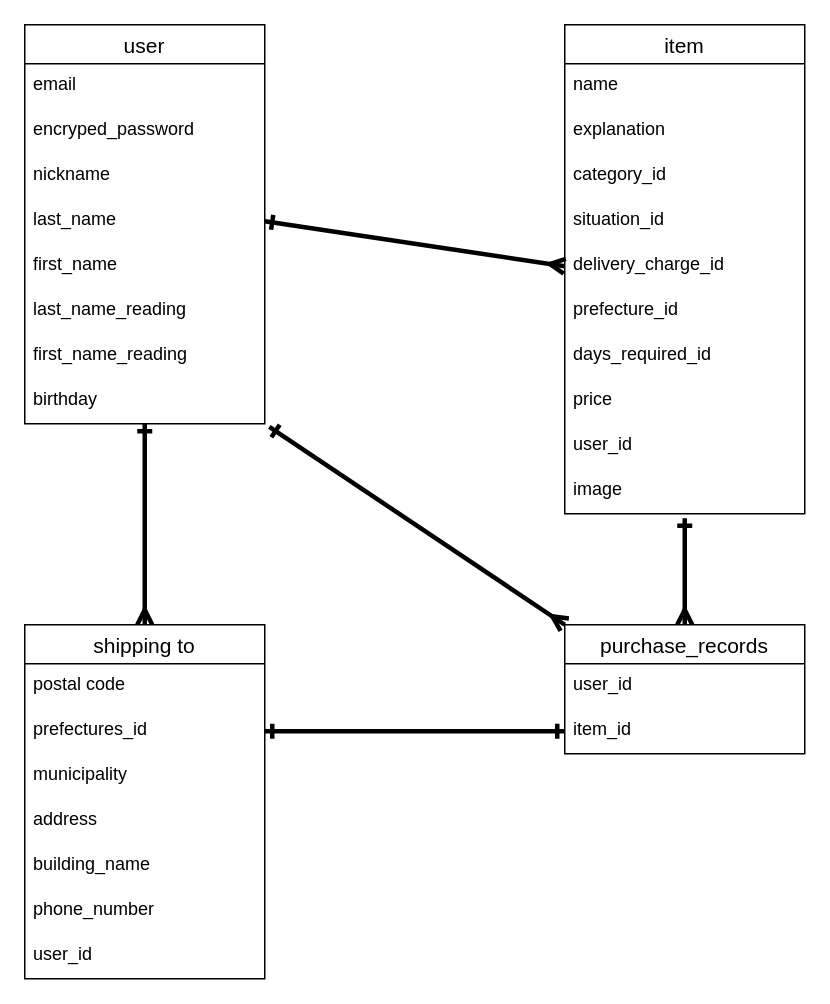
toip11/furima-38137 keeps this draw.io diagram as ER.dio. Above is the earlier version. Source tidied: cells renumbered, new cells numbered last; positions are measured from the earlier drawing's top-left corner, leaving out a move shared by most shapes. Both pictures are drawn from the tidied source at 150%, with x=0, y=0 at pixel (24, 24).
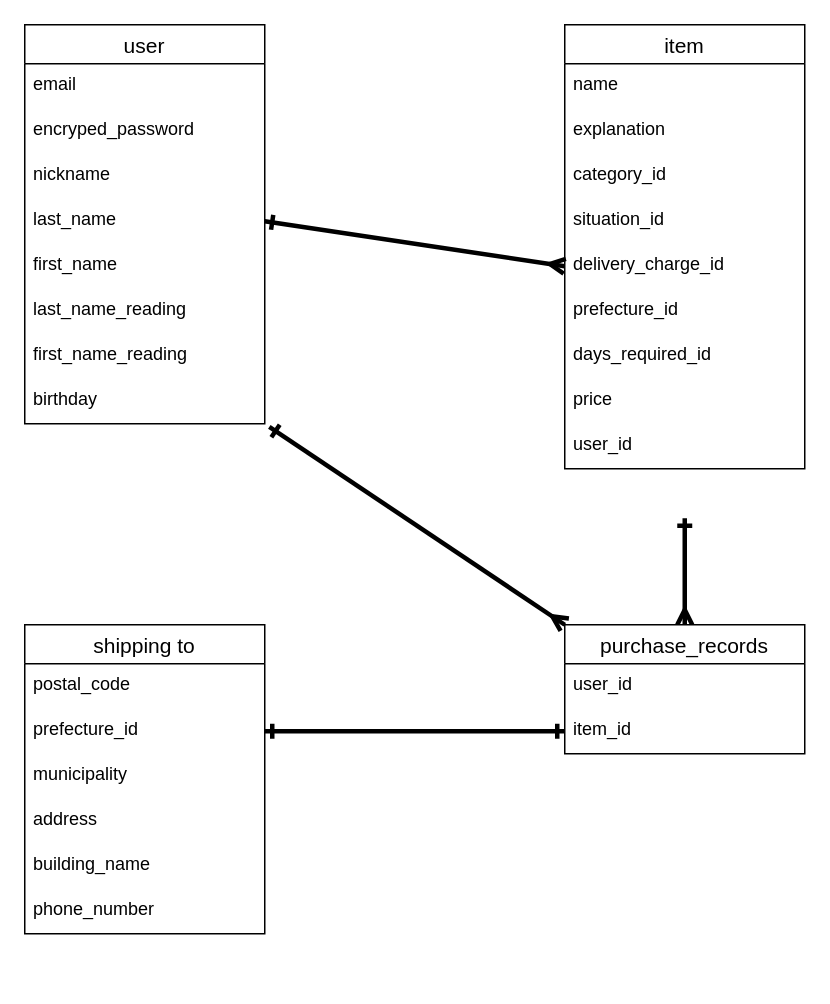
The same page after the edit.

Commit message (it also covers changes not shown here):
データベース設計(修正３)

Unchanged cells that the change refers to:
```xml
<mxCell id="10" value="birthday" style="text;strokeColor=none;fillColor=none;spacingLeft=4;spacingRight=4;overflow=hidden;points=[[0,0.5],[1,0.5]];portConstraint=eastwest;fontSize=12;" parent="2" vertex="1">
  <mxGeometry y="236" width="160" height="30" as="geometry" />
</mxCell>
<mxCell id="33" value="purchase_records" style="swimlane;fontStyle=0;horizontal=1;startSize=26;align=center;fontSize=14;" parent="1" vertex="1">
  <mxGeometry x="360" y="400" width="160" height="86" as="geometry" />
</mxCell>
```

Change to the diagram source:
```diff
@@
     <mxCell id="11" value="item" style="swimlane;fontStyle=0;horizontal=1;startSize=26;align=center;fontSize=14;" parent="1" vertex="1">
-      <mxGeometry x="360" width="160" height="326" as="geometry" />
+      <mxGeometry x="360" width="160" height="296" as="geometry" />
     </mxCell>
@@
-    <mxCell id="21" value="image" style="text;strokeColor=none;fillColor=none;spacingLeft=4;spacingRight=4;overflow=hidden;points=[[0,0.5],[1,0.5]];portConstraint=eastwest;fontSize=12;" parent="11" vertex="1">
-      <mxGeometry y="296" width="160" height="30" as="geometry" />
-    </mxCell>
-    <mxCell id="22" style="edgeStyle=none;jumpSize=6;html=1;startArrow=ERmany;startFill=0;endArrow=ERone;endFill=0;sourcePerimeterSpacing=0;targetPerimeterSpacing=0;strokeWidth=3;" parent="1" edge="1" source="23" target="10">
-      <mxGeometry relative="1" as="geometry">
-        <Array as="points">
-          <mxPoint x="80" y="360" />
-        </Array>
-      </mxGeometry>
-    </mxCell>
     <mxCell id="23" value="shipping to" style="swimlane;fontStyle=0;horizontal=1;startSize=26;align=center;fontSize=14;" parent="1" vertex="1">
-      <mxGeometry y="400" width="160" height="236" as="geometry" />
+      <mxGeometry y="400" width="160" height="206" as="geometry" />
     </mxCell>
-    <mxCell id="24" value="postal code" style="text;strokeColor=none;fillColor=none;spacingLeft=4;spacingRight=4;overflow=hidden;fontSize=12;" parent="23" vertex="1">
+    <mxCell id="24" value="postal_code" style="text;strokeColor=none;fillColor=none;spacingLeft=4;spacingRight=4;overflow=hidden;fontSize=12;" parent="23" vertex="1">
       <mxGeometry y="26" width="160" height="30" as="geometry" />
     </mxCell>
-    <mxCell id="25" value="prefectures_id" style="text;strokeColor=none;fillColor=none;spacingLeft=4;spacingRight=4;overflow=hidden;points=[[0,0.5],[1,0.5]];portConstraint=eastwest;fontSize=12;" parent="23" vertex="1">
+    <mxCell id="25" value="prefecture_id" style="text;strokeColor=none;fillColor=none;spacingLeft=4;spacingRight=4;overflow=hidden;points=[[0,0.5],[1,0.5]];portConstraint=eastwest;fontSize=12;" parent="23" vertex="1">
       <mxGeometry y="56" width="160" height="30" as="geometry" />
     </mxCell>
@@
-    <mxCell id="30" value="user_id" style="text;strokeColor=none;fillColor=none;spacingLeft=4;spacingRight=4;overflow=hidden;fontSize=12;" parent="23" vertex="1">
-      <mxGeometry y="206" width="160" height="30" as="geometry" />
-    </mxCell>
-    <mxCell id="31" style="edgeStyle=none;jumpSize=6;html=1;exitX=0.5;exitY=0;exitDx=0;exitDy=0;entryX=0.5;entryY=1.1;entryDx=0;entryDy=0;entryPerimeter=0;startArrow=ERmany;startFill=0;endArrow=ERone;endFill=0;sourcePerimeterSpacing=0;targetPerimeterSpacing=0;strokeWidth=3;" parent="1" edge="1" source="33" target="21">
-      <mxGeometry relative="1" as="geometry" />
+    <mxCell id="31" style="edgeStyle=none;jumpSize=6;html=1;exitX=0.5;exitY=0;exitDx=0;exitDy=0;entryX=0.5;entryY=1.1;entryDx=0;entryDy=0;entryPerimeter=0;startArrow=ERmany;startFill=0;endArrow=ERone;endFill=0;sourcePerimeterSpacing=0;targetPerimeterSpacing=0;strokeWidth=3;" parent="1" edge="1" source="33">
+      <mxGeometry relative="1" as="geometry">
+        <mxPoint x="440" y="329" as="targetPoint" />
+      </mxGeometry>
     </mxCell>
```
